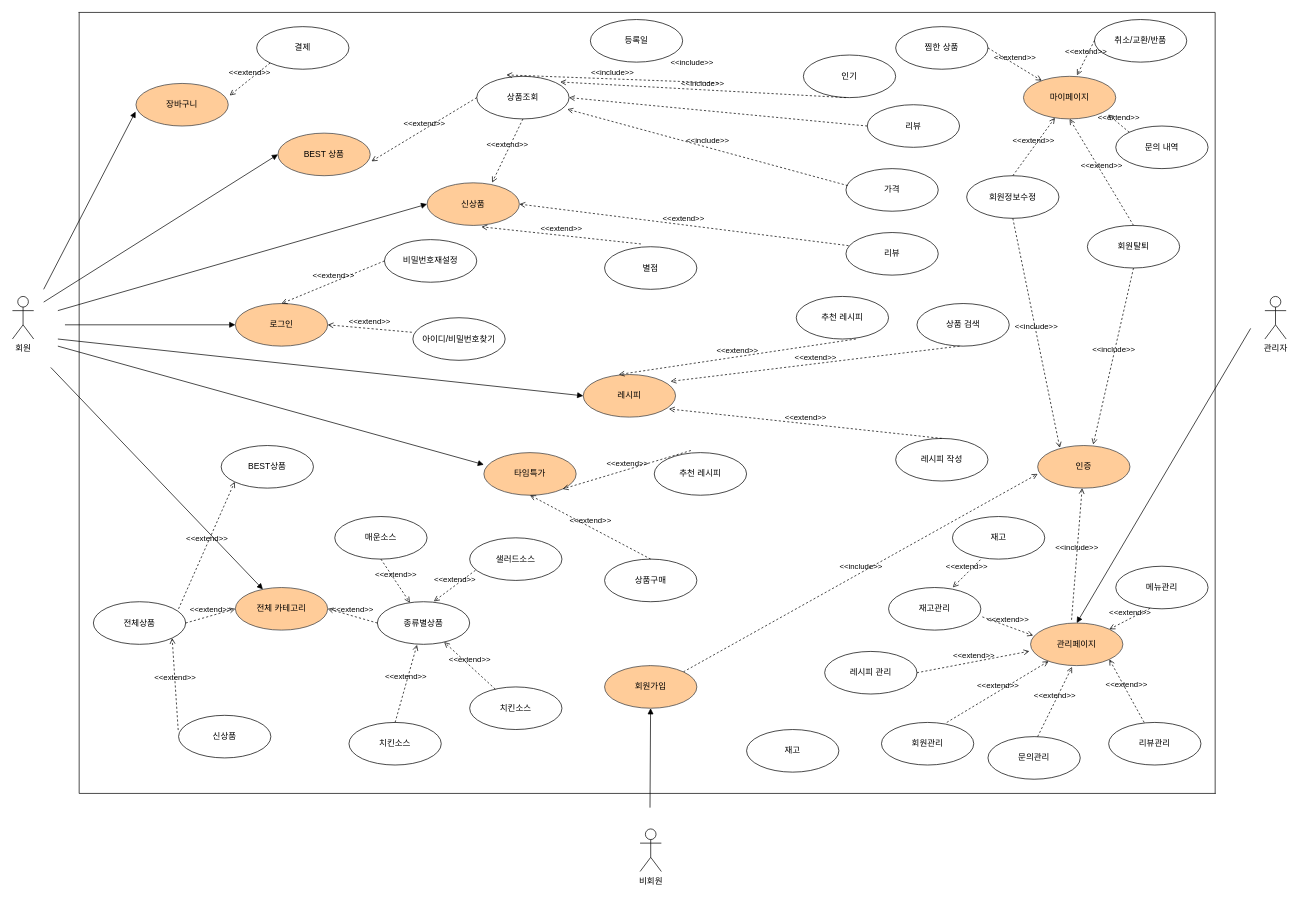
Before: USECASE DIAGRAM.drawio in wjdwodhs/USECASE-DIAGRAM, a draw.io diagram. Source tidied: cells renumbered, new cells numbered last; positions are measured from the earlier drawing's top-left corner, leaving out a move shared by most shapes. Both pictures are drawn from the tidied source at 71%, with x=0, y=0 at pixel (12, 12).
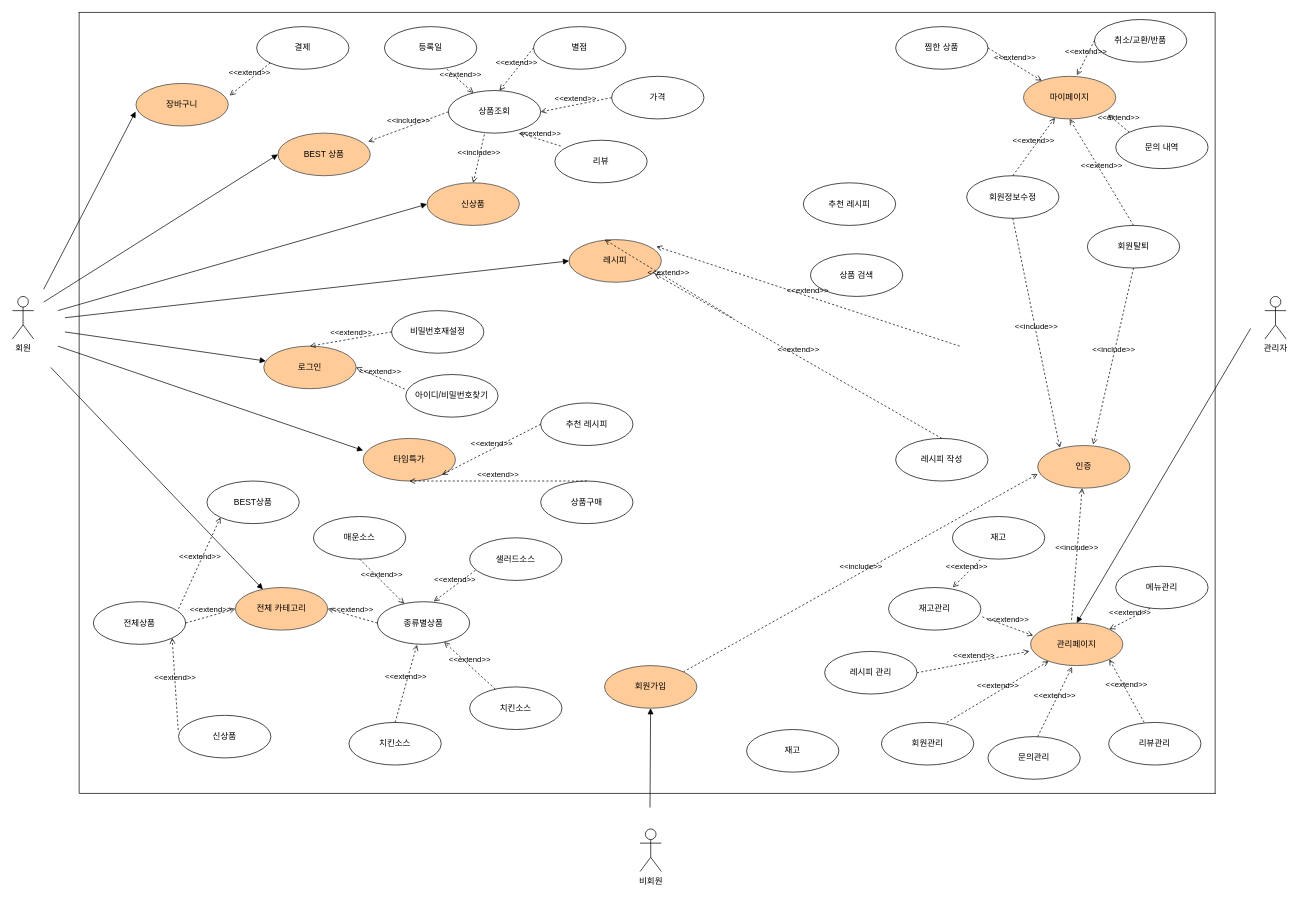
After the change.

The change refers to these unchanged cells:
```xml
<mxCell id="7" value="BEST 상품" style="ellipse;whiteSpace=wrap;html=1;fillColor=#ffcc99;strokeColor=#36393d;" parent="1" vertex="1">
  <mxGeometry x="374" y="170" width="130" height="60" as="geometry" />
</mxCell>
<mxCell id="8" value="신상품" style="ellipse;whiteSpace=wrap;html=1;fillColor=#ffcc99;strokeColor=#36393d;" parent="1" vertex="1">
  <mxGeometry x="584" y="240" width="130" height="60" as="geometry" />
</mxCell>
```

The edit, as a diff of the source:
```diff
@@
     <mxCell id="4" value="로그인" style="ellipse;whiteSpace=wrap;html=1;fillColor=#ffcc99;strokeColor=#36393d;" parent="1" vertex="1">
-      <mxGeometry x="314" y="410" width="130" height="60" as="geometry" />
+      <mxGeometry x="354" y="470" width="130" height="60" as="geometry" />
     </mxCell>
     <mxCell id="5" value="타임특가" style="ellipse;whiteSpace=wrap;html=1;fillColor=#ffcc99;strokeColor=#36393d;" parent="1" vertex="1">
-      <mxGeometry x="664" y="620" width="130" height="60" as="geometry" />
+      <mxGeometry x="494" y="600" width="130" height="60" as="geometry" />
     </mxCell>
@@
     <mxCell id="9" value="아이디/비밀번호찾기" style="ellipse;whiteSpace=wrap;html=1;" parent="1" vertex="1">
-      <mxGeometry x="564" y="430" width="130" height="60" as="geometry" />
+      <mxGeometry x="554" y="510" width="130" height="60" as="geometry" />
     </mxCell>
     <mxCell id="10" value="비밀번호재설정" style="ellipse;whiteSpace=wrap;html=1;" parent="1" vertex="1">
-      <mxGeometry x="524" y="320" width="130" height="60" as="geometry" />
+      <mxGeometry x="534" y="420" width="130" height="60" as="geometry" />
     </mxCell>
@@
     <mxCell id="15" style="html=1;verticalAlign=bottom;labelBackgroundColor=none;endArrow=block;endFill=1;rounded=0;" parent="1" edge="1" target="4">
       <mxGeometry relative="1" as="geometry">
-        <mxPoint x="74" y="440" as="sourcePoint" />
+        <mxPoint x="74" y="450" as="sourcePoint" />
       </mxGeometry>
     </mxCell>
@@
     <mxCell id="24" value="BEST상품" style="ellipse;whiteSpace=wrap;html=1;" parent="1" vertex="1">
-      <mxGeometry x="294" y="610" width="130" height="60" as="geometry" />
+      <mxGeometry x="274" y="660" width="130" height="60" as="geometry" />
     </mxCell>
     <mxCell id="25" value="매운소스" style="ellipse;whiteSpace=wrap;html=1;" parent="1" vertex="1">
-      <mxGeometry x="454" y="710" width="130" height="60" as="geometry" />
+      <mxGeometry x="424" y="710" width="130" height="60" as="geometry" />
     </mxCell>
@@
     <mxCell id="28" value="레시피" style="ellipse;whiteSpace=wrap;html=1;fillColor=#ffcc99;strokeColor=#36393d;" parent="1" vertex="1">
-      <mxGeometry x="804" y="510" width="130" height="60" as="geometry" />
+      <mxGeometry x="784" y="320" width="130" height="60" as="geometry" />
     </mxCell>
@@
     <mxCell id="35" value="등록일" style="ellipse;whiteSpace=wrap;html=1;" parent="1" vertex="1">
-      <mxGeometry x="814" y="10" width="130" height="60" as="geometry" />
+      <mxGeometry x="524" y="20" width="130" height="60" as="geometry" />
     </mxCell>
-    <mxCell id="36" value="인기" style="ellipse;whiteSpace=wrap;html=1;" parent="1" vertex="1">
-      <mxGeometry x="1114" y="60" width="130" height="60" as="geometry" />
+    <mxCell id="36" value="별점" style="ellipse;whiteSpace=wrap;html=1;" parent="1" vertex="1">
+      <mxGeometry x="734" y="20" width="130" height="60" as="geometry" />
     </mxCell>
     <mxCell id="37" value="리뷰" style="ellipse;whiteSpace=wrap;html=1;" parent="1" vertex="1">
-      <mxGeometry x="1204" y="130" width="130" height="60" as="geometry" />
+      <mxGeometry x="764" y="180" width="130" height="60" as="geometry" />
     </mxCell>
-    <mxCell id="38" value="가격" style="ellipse;whiteSpace=wrap;html=1;" parent="1" vertex="1">
-      <mxGeometry x="1174" y="220" width="130" height="60" as="geometry" />
-    </mxCell>
     <mxCell id="39" value="상품조회" style="ellipse;whiteSpace=wrap;html=1;" parent="1" vertex="1">
-      <mxGeometry x="654" y="90" width="130" height="60" as="geometry" />
+      <mxGeometry x="614" y="110" width="130" height="60" as="geometry" />
     </mxCell>
-    <mxCell id="40" value="&amp;lt;&amp;lt;extend&amp;gt;&amp;gt;" style="html=1;verticalAlign=bottom;labelBackgroundColor=none;endArrow=open;endFill=0;dashed=1;rounded=0;entryX=1.013;entryY=0.661;entryDx=0;entryDy=0;exitX=0;exitY=0.5;exitDx=0;exitDy=0;entryPerimeter=0;" parent="1" edge="1" source="39" target="7">
-      <mxGeometry relative="1" as="geometry" />
-    </mxCell>
-    <mxCell id="41" value="&amp;lt;&amp;lt;extend&amp;gt;&amp;gt;" style="html=1;verticalAlign=bottom;labelBackgroundColor=none;endArrow=open;endFill=0;dashed=1;rounded=0;entryX=0.705;entryY=-0.006;entryDx=0;entryDy=0;entryPerimeter=0;exitX=0.5;exitY=1;exitDx=0;exitDy=0;" parent="1" edge="1" source="39" target="8">
-      <mxGeometry relative="1" as="geometry" />
-    </mxCell>
-    <mxCell id="42" value="&amp;lt;&amp;lt;include&amp;gt;&amp;gt;" style="html=1;verticalAlign=bottom;labelBackgroundColor=none;endArrow=open;endFill=0;dashed=1;rounded=0;entryX=0.321;entryY=-0.033;entryDx=0;entryDy=0;entryPerimeter=0;" parent="1" edge="1" target="39">
-      <mxGeometry relative="1" as="geometry">
-        <mxPoint x="994" y="99.2" as="sourcePoint" />
-      </mxGeometry>
-    </mxCell>
-    <mxCell id="43" value="&amp;lt;&amp;lt;include&amp;gt;&amp;gt;" style="html=1;verticalAlign=bottom;labelBackgroundColor=none;endArrow=open;endFill=0;dashed=1;rounded=0;entryX=0.904;entryY=0.133;entryDx=0;entryDy=0;entryPerimeter=0;" parent="1" edge="1" target="39">
-      <mxGeometry relative="1" as="geometry">
-        <mxPoint x="1174" y="120" as="sourcePoint" />
-      </mxGeometry>
-    </mxCell>
-    <mxCell id="44" value="&amp;lt;&amp;lt;include&amp;gt;&amp;gt;" style="html=1;verticalAlign=bottom;labelBackgroundColor=none;endArrow=open;endFill=0;dashed=1;rounded=0;entryX=0.981;entryY=0.772;entryDx=0;entryDy=0;entryPerimeter=0;exitX=0.02;exitY=0.399;exitDx=0;exitDy=0;exitPerimeter=0;" parent="1" edge="1" source="38" target="39">
-      <mxGeometry relative="1" as="geometry" />
-    </mxCell>
-    <mxCell id="45" value="별점" style="ellipse;whiteSpace=wrap;html=1;" parent="1" vertex="1">
-      <mxGeometry x="834" y="330" width="130" height="60" as="geometry" />
-    </mxCell>
-    <mxCell id="46" value="리뷰" style="ellipse;whiteSpace=wrap;html=1;" parent="1" vertex="1">
-      <mxGeometry x="1174" y="310" width="130" height="60" as="geometry" />
-    </mxCell>
-    <mxCell id="47" value="&amp;lt;&amp;lt;extend&amp;gt;&amp;gt;" style="html=1;verticalAlign=bottom;labelBackgroundColor=none;endArrow=open;endFill=0;dashed=1;rounded=0;exitX=0.394;exitY=-0.065;exitDx=0;exitDy=0;exitPerimeter=0;entryX=0.589;entryY=1.033;entryDx=0;entryDy=0;entryPerimeter=0;" parent="1" edge="1" source="45" target="8">
-      <mxGeometry relative="1" as="geometry" />
-    </mxCell>
-    <mxCell id="48" value="&amp;lt;&amp;lt;extend&amp;gt;&amp;gt;" style="html=1;verticalAlign=bottom;labelBackgroundColor=none;endArrow=open;endFill=0;dashed=1;rounded=0;exitX=0.028;exitY=0.308;exitDx=0;exitDy=0;entryX=1;entryY=0.5;entryDx=0;entryDy=0;exitPerimeter=0;" parent="1" edge="1" source="46" target="8">
-      <mxGeometry relative="1" as="geometry" />
-    </mxCell>
     <mxCell id="49" value="상품구매" style="ellipse;whiteSpace=wrap;html=1;" parent="1" vertex="1">
-      <mxGeometry x="834" y="770" width="130" height="60" as="geometry" />
+      <mxGeometry x="744" y="660" width="130" height="60" as="geometry" />
     </mxCell>
     <mxCell id="50" value="추천 레시피" style="ellipse;whiteSpace=wrap;html=1;" parent="1" vertex="1">
-      <mxGeometry x="904" y="620" width="130" height="60" as="geometry" />
+      <mxGeometry x="744" y="550" width="130" height="60" as="geometry" />
     </mxCell>
-    <mxCell id="51" value="&amp;lt;&amp;lt;extend&amp;gt;&amp;gt;" style="html=1;verticalAlign=bottom;labelBackgroundColor=none;endArrow=open;endFill=0;dashed=1;rounded=0;entryX=1;entryY=1;entryDx=0;entryDy=0;exitX=0.397;exitY=-0.05;exitDx=0;exitDy=0;exitPerimeter=0;" parent="1" edge="1" source="50" target="5">
+    <mxCell id="51" value="&amp;lt;&amp;lt;extend&amp;gt;&amp;gt;" style="html=1;verticalAlign=bottom;labelBackgroundColor=none;endArrow=open;endFill=0;dashed=1;rounded=0;entryX=1;entryY=1;entryDx=0;entryDy=0;exitX=0;exitY=0.5;exitDx=0;exitDy=0;" parent="1" edge="1" source="50" target="5">
       <mxGeometry relative="1" as="geometry" />
     </mxCell>
@@
     <mxCell id="70" value="상품 검색" style="ellipse;whiteSpace=wrap;html=1;" parent="1" vertex="1">
-      <mxGeometry x="1274" y="410" width="130" height="60" as="geometry" />
+      <mxGeometry x="1124" y="340" width="130" height="60" as="geometry" />
     </mxCell>
     <mxCell id="71" value="추천 레시피" style="ellipse;whiteSpace=wrap;html=1;" parent="1" vertex="1">
-      <mxGeometry x="1104" y="400" width="130" height="60" as="geometry" />
+      <mxGeometry x="1114" y="240" width="130" height="60" as="geometry" />
     </mxCell>
@@
-    <mxCell id="74" value="&amp;lt;&amp;lt;extend&amp;gt;&amp;gt;" style="html=1;verticalAlign=bottom;labelBackgroundColor=none;endArrow=open;endFill=0;dashed=1;rounded=0;exitX=0.394;exitY=-0.065;exitDx=0;exitDy=0;exitPerimeter=0;entryX=0.385;entryY=0;entryDx=0;entryDy=0;entryPerimeter=0;" parent="1" edge="1" target="28">
+    <mxCell id="74" value="&amp;lt;&amp;lt;extend&amp;gt;&amp;gt;" style="html=1;verticalAlign=bottom;labelBackgroundColor=none;endArrow=open;endFill=0;dashed=1;rounded=0;entryX=0.385;entryY=0;entryDx=0;entryDy=0;entryPerimeter=0;" parent="1" edge="1" target="28">
       <mxGeometry relative="1" as="geometry">
-        <mxPoint x="1188" y="460" as="sourcePoint" />
+        <mxPoint x="1014" y="430" as="sourcePoint" />
       </mxGeometry>
     </mxCell>
@@
-    <mxCell id="91" value="&amp;lt;&amp;lt;include&amp;gt;&amp;gt;" style="html=1;verticalAlign=bottom;labelBackgroundColor=none;endArrow=open;endFill=0;dashed=1;rounded=0;entryX=1;entryY=0.5;entryDx=0;entryDy=0;exitX=0;exitY=0.5;exitDx=0;exitDy=0;" parent="1" edge="1" source="37" target="39">
-      <mxGeometry x="0.2" y="-56" relative="1" as="geometry" />
-    </mxCell>
@@
     <mxCell id="104" style="html=1;verticalAlign=bottom;labelBackgroundColor=none;endArrow=block;endFill=1;rounded=0;entryX=0;entryY=0.5;entryDx=0;entryDy=0;" parent="1" edge="1" target="28">
       <mxGeometry relative="1" as="geometry">
-        <mxPoint x="64" y="460" as="sourcePoint" />
+        <mxPoint x="74" y="430" as="sourcePoint" />
       </mxGeometry>
     </mxCell>
@@
+    <mxCell id="40" value="&amp;lt;&amp;lt;include&amp;gt;&amp;gt;" style="html=1;verticalAlign=bottom;labelBackgroundColor=none;endArrow=open;endFill=0;dashed=1;rounded=0;exitX=0;exitY=0.5;exitDx=0;exitDy=0;entryX=0.977;entryY=0.2;entryDx=0;entryDy=0;entryPerimeter=0;" parent="1" edge="1" source="39" target="7">
+      <mxGeometry relative="1" as="geometry" />
+    </mxCell>
+    <mxCell id="106" value="&amp;lt;&amp;lt;extend&amp;gt;&amp;gt;" style="html=1;verticalAlign=bottom;labelBackgroundColor=none;endArrow=open;endFill=0;dashed=1;rounded=0;entryX=0.705;entryY=-0.006;entryDx=0;entryDy=0;entryPerimeter=0;exitX=0;exitY=0.5;exitDx=0;exitDy=0;" parent="1" edge="1" source="36">
+      <mxGeometry x="0.01" relative="1" as="geometry">
+        <mxPoint x="686" y="110" as="targetPoint" />
+      </mxGeometry>
+    </mxCell>
+    <mxCell id="38" value="가격" style="ellipse;whiteSpace=wrap;html=1;" parent="1" vertex="1">
+      <mxGeometry x="844" y="90" width="130" height="60" as="geometry" />
+    </mxCell>
+    <mxCell id="107" value="&amp;lt;&amp;lt;extend&amp;gt;&amp;gt;" style="html=1;verticalAlign=bottom;labelBackgroundColor=none;endArrow=open;endFill=0;dashed=1;rounded=0;entryX=0.705;entryY=-0.006;entryDx=0;entryDy=0;entryPerimeter=0;exitX=0;exitY=0.5;exitDx=0;exitDy=0;" parent="1" edge="1" source="38">
+      <mxGeometry x="0.01" relative="1" as="geometry">
+        <mxPoint x="744" y="140" as="targetPoint" />
+      </mxGeometry>
+    </mxCell>
+    <mxCell id="108" value="&amp;lt;&amp;lt;extend&amp;gt;&amp;gt;" style="html=1;verticalAlign=bottom;labelBackgroundColor=none;endArrow=open;endFill=0;dashed=1;rounded=0;entryX=0.705;entryY=-0.006;entryDx=0;entryDy=0;entryPerimeter=0;exitX=0.063;exitY=0.137;exitDx=0;exitDy=0;exitPerimeter=0;" parent="1" edge="1" source="37">
+      <mxGeometry x="0.01" relative="1" as="geometry">
+        <mxPoint x="714" y="170" as="targetPoint" />
+      </mxGeometry>
+    </mxCell>
+    <mxCell id="109" value="&amp;lt;&amp;lt;extend&amp;gt;&amp;gt;" style="html=1;verticalAlign=bottom;labelBackgroundColor=none;endArrow=open;endFill=0;dashed=1;rounded=0;exitX=0;exitY=0.5;exitDx=0;exitDy=0;" parent="1" edge="1" target="39">
+      <mxGeometry x="0.01" relative="1" as="geometry">
+        <mxPoint x="612" y="80" as="sourcePoint" />
+      </mxGeometry>
+    </mxCell>
+    <mxCell id="41" value="&amp;lt;&amp;lt;include&amp;gt;&amp;gt;" style="html=1;verticalAlign=bottom;labelBackgroundColor=none;endArrow=open;endFill=0;dashed=1;rounded=0;exitX=0.39;exitY=1.033;exitDx=0;exitDy=0;entryX=0.5;entryY=0;entryDx=0;entryDy=0;exitPerimeter=0;" parent="1" edge="1" source="39" target="8">
+      <mxGeometry relative="1" as="geometry" />
+    </mxCell>
```
